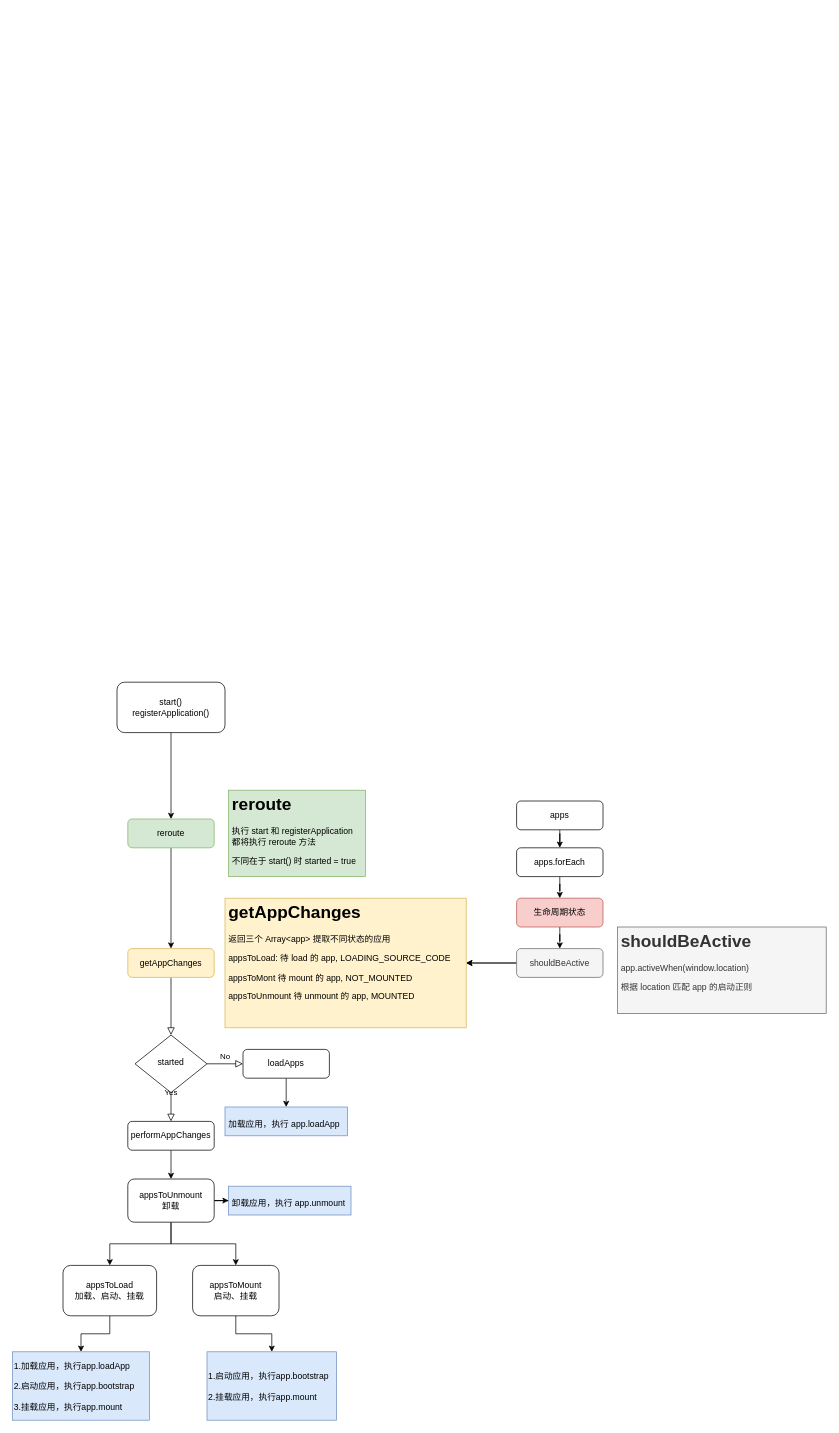
Before: rerouter.drawio in sfyr111/draw, a draw.io diagram. Source tidied: cells renumbered, new cells numbered last; positions are measured from the earlier drawing's top-left corner, leaving out a move shared by most shapes. Both pictures are drawn from the tidied source at 72%, with x=0, y=0 at pixel (12, 682).
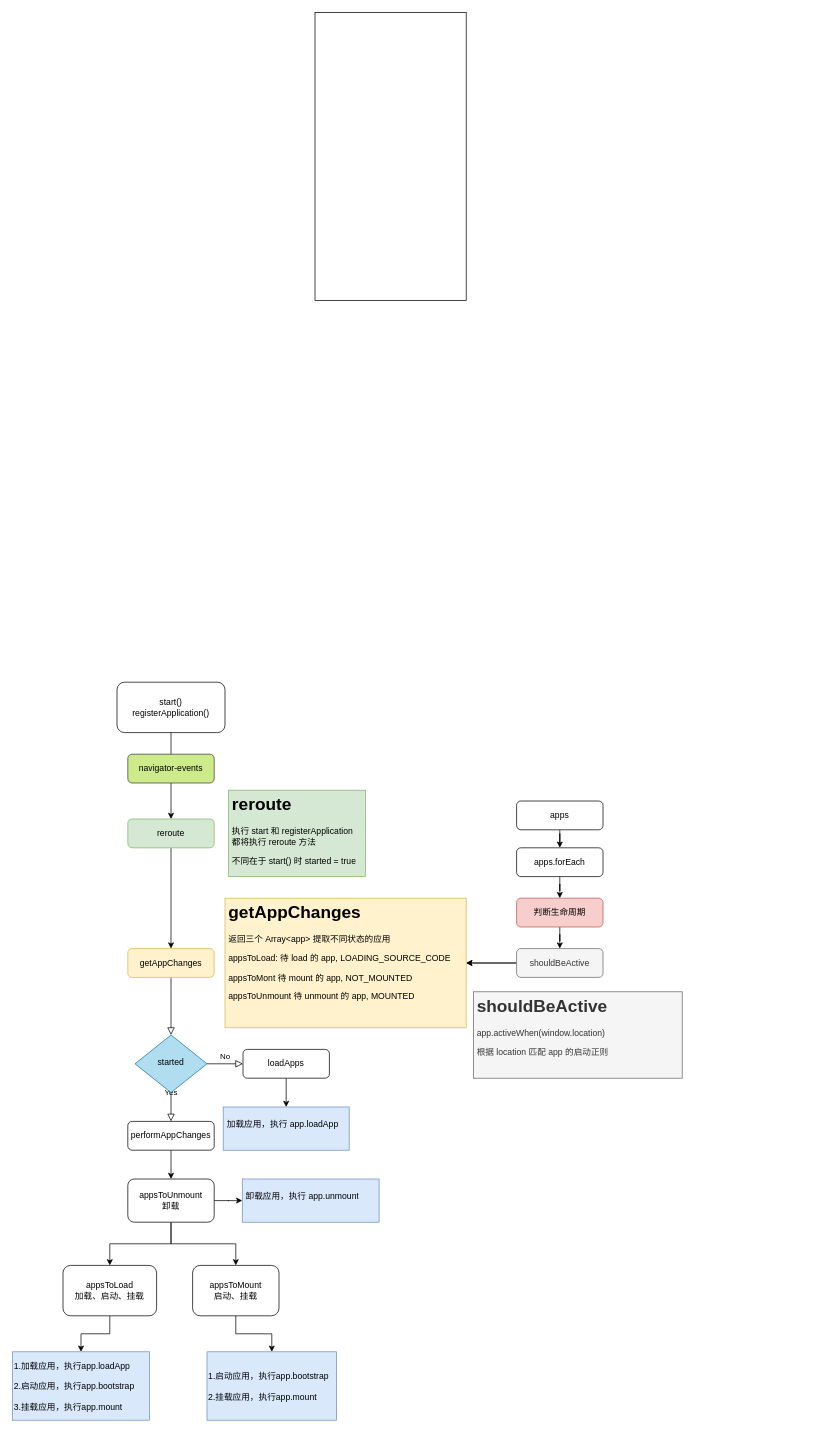
The same diagram, later.

The edit, as a diff of the source:
```diff
@@
-    <mxCell id="6" value="started" style="rhombus;whiteSpace=wrap;html=1;shadow=0;fontFamily=Helvetica;fontSize=12;align=center;strokeWidth=1;spacing=6;spacingTop=-4;" parent="1" vertex="1">
+    <mxCell id="6" value="started" style="rhombus;whiteSpace=wrap;html=1;shadow=0;fontFamily=Helvetica;fontSize=12;align=center;strokeWidth=1;spacing=6;spacingTop=-4;fillColor=#b1ddf0;strokeColor=#10739e;" parent="1" vertex="1">
       <mxGeometry x="170" y="490" width="100" height="80" as="geometry" />
     </mxCell>
@@
     <mxCell id="24" value="&lt;h1&gt;shouldBeActive&lt;/h1&gt;&lt;p&gt;app.activeWhen(window.location)&lt;/p&gt;&lt;p&gt;根据 location 匹配 app 的启动正则&lt;/p&gt;" style="text;html=1;strokeColor=#666666;fillColor=#f5f5f5;spacing=5;spacingTop=-20;whiteSpace=wrap;overflow=hidden;rounded=0;fontColor=#333333;" parent="1" vertex="1">
-      <mxGeometry x="840" y="340" width="290" height="120" as="geometry" />
+      <mxGeometry x="640" y="430" width="290" height="120" as="geometry" />
     </mxCell>
@@
-    <mxCell id="26" value="生命周期状态" style="rounded=1;whiteSpace=wrap;html=1;fontSize=12;glass=0;strokeWidth=1;shadow=0;fillColor=#f8cecc;strokeColor=#b85450;" parent="1" vertex="1">
+    <mxCell id="26" value="判断生命周期" style="rounded=1;whiteSpace=wrap;html=1;fontSize=12;glass=0;strokeWidth=1;shadow=0;fillColor=#f8cecc;strokeColor=#b85450;" parent="1" vertex="1">
       <mxGeometry x="700" y="300" width="120" height="40" as="geometry" />
     </mxCell>
-    <mxCell id="27" value="&lt;h1&gt;&lt;span style=&quot;font-size: 12px ; font-weight: normal&quot;&gt;加载应用，执行 app.loadApp&amp;nbsp;&lt;br&gt;&lt;/span&gt;&lt;/h1&gt;" style="text;html=1;strokeColor=#6c8ebf;fillColor=#dae8fc;spacing=5;spacingTop=-20;whiteSpace=wrap;overflow=hidden;rounded=0;" parent="1" vertex="1">
-      <mxGeometry x="295" y="590" width="170" height="40" as="geometry" />
+    <mxCell id="27" value="&lt;h1&gt;&lt;span style=&quot;font-size: 12px ; font-weight: normal ; line-height: 100%&quot;&gt;加载应用，执行 app.loadApp&amp;nbsp;&lt;br&gt;&lt;/span&gt;&lt;/h1&gt;" style="text;html=1;strokeColor=#6c8ebf;fillColor=#dae8fc;spacing=5;spacingTop=-20;whiteSpace=wrap;overflow=hidden;rounded=0;verticalAlign=middle;" parent="1" vertex="1">
+      <mxGeometry x="292.5" y="590" width="175" height="60" as="geometry" />
     </mxCell>
@@
-    <mxCell id="38" value="&lt;h1&gt;&lt;span style=&quot;font-size: 12px ; font-weight: normal&quot;&gt;卸载应用，执行 app.unmount&lt;br&gt;&lt;/span&gt;&lt;/h1&gt;" style="text;html=1;strokeColor=#6c8ebf;fillColor=#dae8fc;spacing=5;spacingTop=-20;whiteSpace=wrap;overflow=hidden;rounded=0;" parent="1" vertex="1">
-      <mxGeometry x="300" y="700" width="170" height="40" as="geometry" />
+    <mxCell id="38" value="&lt;h1&gt;&lt;span style=&quot;font-size: 12px ; font-weight: normal&quot;&gt;卸载应用，执行 app.unmount&lt;/span&gt;&lt;/h1&gt;" style="text;html=1;strokeColor=#6c8ebf;fillColor=#dae8fc;spacing=5;spacingTop=-20;whiteSpace=wrap;overflow=hidden;rounded=0;verticalAlign=middle;" parent="1" vertex="1">
+      <mxGeometry x="319" y="690" width="190" height="60" as="geometry" />
     </mxCell>
+    <mxCell id="39" style="rounded=0;whiteSpace=wrap;html=1;align=left;" parent="1" vertex="1">
+      <mxGeometry x="420" y="-930" width="210" height="400" as="geometry" />
+    </mxCell>
+    <mxCell id="40" value="navigator-events" style="rounded=1;whiteSpace=wrap;html=1;fontSize=12;glass=0;strokeWidth=1;shadow=0;fillColor=#cdeb8b;strokeColor=#36393d;" parent="1" vertex="1">
+      <mxGeometry x="160" y="100" width="120" height="40" as="geometry" />
+    </mxCell>
```
